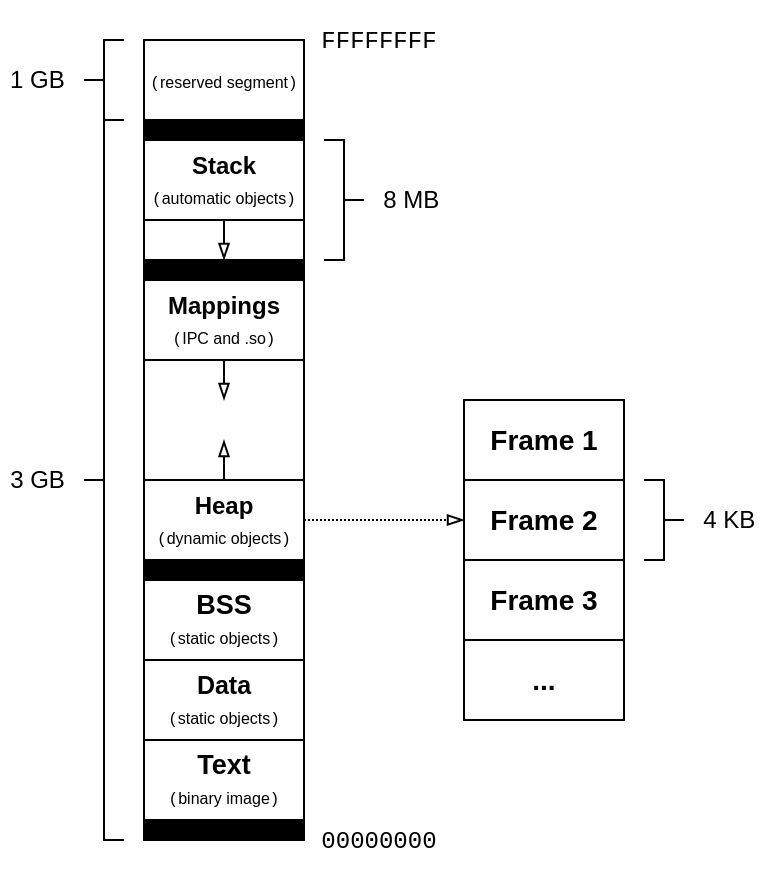
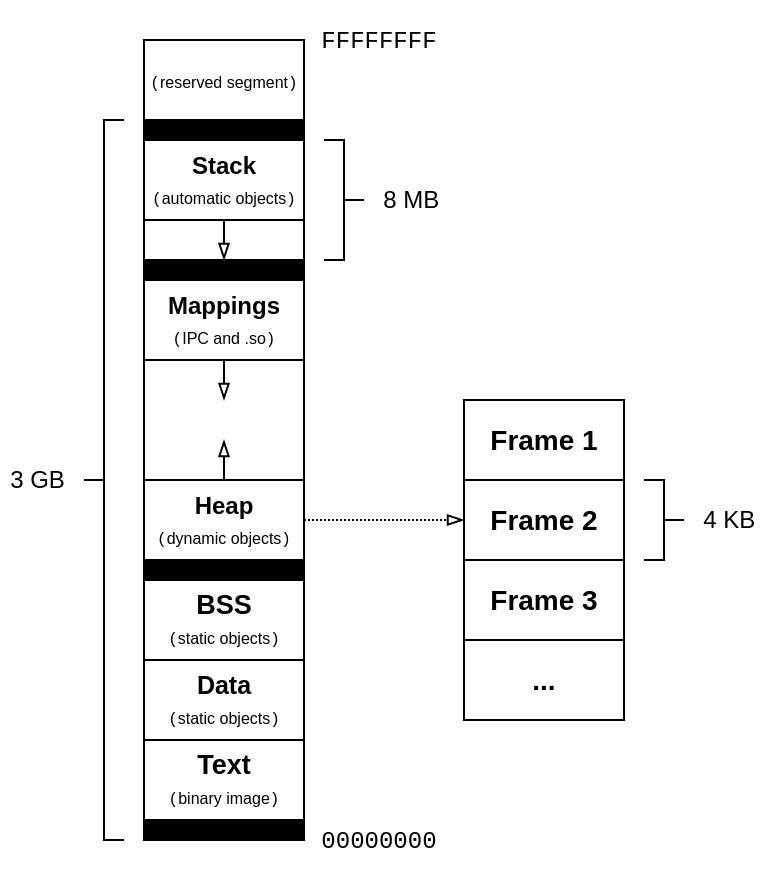
<mxfile host="app.diagrams.net" agent="Mozilla/5.0 (X11; Linux x86_64) AppleWebKit/537.36 (KHTML, like Gecko) Chrome/131.0.0.0 Safari/537.36">
  <diagram name="Страница — 1" id="VEveGzfzLPNnsSKiKBnb">
-     <mxGraphModel dx="770" dy="453" grid="1" gridSize="10" guides="0" tooltips="1" connect="1" arrows="1" fold="1" page="0" pageScale="1" pageWidth="827" pageHeight="1169" math="0" shadow="0">
+     <mxGraphModel dx="770" dy="453" grid="0" gridSize="10" guides="0" tooltips="1" connect="1" arrows="1" fold="1" page="0" pageScale="1" pageWidth="827" pageHeight="1169" math="0" shadow="0">
      <root>
        <mxCell id="0" />
        <mxCell id="1" parent="0" />
        <mxCell id="khdtYhaCzw99SLC-Dacm-15" parent="1" style="rounded=0;whiteSpace=wrap;html=1;strokeColor=none;fillColor=none;fontFamily=Helvetica;" value="&lt;b style=&quot;&quot;&gt;&lt;font&gt;Heap&lt;/font&gt;&lt;/b&gt;&lt;div&gt;&lt;font style=&quot;font-size: 8px;&quot;&gt;&lt;font face=&quot;Courier New&quot;&gt;(&lt;/font&gt;dynamic objects&lt;font face=&quot;Courier New&quot;&gt;)&lt;/font&gt;&lt;/font&gt;&lt;/div&gt;" vertex="1">
          <mxGeometry height="40" width="80" x="360" y="370" as="geometry" />
        </mxCell>
        <mxCell id="khdtYhaCzw99SLC-Dacm-1" parent="1" style="rounded=0;whiteSpace=wrap;html=1;fillColor=none;fontFamily=Helvetica;" value="&lt;font style=&quot;&quot;&gt;&lt;font style=&quot;font-size: 8px;&quot;&gt;&lt;font face=&quot;Courier New&quot;&gt;(&lt;/font&gt;reserved segment&lt;font face=&quot;Courier New&quot;&gt;)&lt;/font&gt;&lt;/font&gt;&lt;/font&gt;" vertex="1">
          <mxGeometry height="40" width="80" x="360" y="150" as="geometry" />
        </mxCell>
        <mxCell id="khdtYhaCzw99SLC-Dacm-3" parent="1" style="rounded=0;whiteSpace=wrap;html=1;strokeColor=none;fillColor=none;fontFamily=Helvetica;" value="&lt;b style=&quot;&quot;&gt;&lt;font&gt;Stack&lt;/font&gt;&lt;/b&gt;&lt;div&gt;&lt;font style=&quot;font-size: 8px;&quot;&gt;&lt;font face=&quot;Courier New&quot;&gt;(&lt;/font&gt;automatic objects&lt;font face=&quot;Courier New&quot;&gt;)&lt;/font&gt;&lt;/font&gt;&lt;/div&gt;" vertex="1">
          <mxGeometry height="40" width="80" x="360" y="200" as="geometry" />
        </mxCell>
        <mxCell id="khdtYhaCzw99SLC-Dacm-34" edge="1" parent="1" style="endArrow=none;html=1;strokeWidth=1;rounded=0;exitX=0;exitY=1;exitDx=0;exitDy=0;fontFamily=Helvetica;" value="">
          <mxGeometry height="50" relative="1" width="50" as="geometry">
            <mxPoint x="360" y="370" as="sourcePoint" />
            <mxPoint x="440" y="370" as="targetPoint" />
          </mxGeometry>
        </mxCell>
        <mxCell id="khdtYhaCzw99SLC-Dacm-42" parent="1" style="rounded=0;whiteSpace=wrap;html=1;strokeColor=default;fillColor=none;fontFamily=Helvetica;" value="&lt;b style=&quot;&quot;&gt;&lt;font style=&quot;font-size: 12.5px;&quot;&gt;Data&lt;/font&gt;&lt;/b&gt;&lt;div&gt;&lt;font style=&quot;font-size: 8px;&quot;&gt;&lt;font face=&quot;Courier New&quot;&gt;(&lt;/font&gt;static objects&lt;font face=&quot;Courier New&quot;&gt;)&lt;/font&gt;&lt;/font&gt;&lt;/div&gt;" vertex="1">
          <mxGeometry height="40" width="80" x="360" y="460" as="geometry" />
        </mxCell>
        <mxCell id="khdtYhaCzw99SLC-Dacm-43" parent="1" style="rounded=0;whiteSpace=wrap;html=1;strokeColor=default;fillColor=none;fontFamily=Helvetica;" value="&lt;b style=&quot;&quot;&gt;&lt;font style=&quot;font-size: 13.5px;&quot;&gt;Text&lt;/font&gt;&lt;/b&gt;&lt;div&gt;&lt;font style=&quot;font-size: 8px;&quot;&gt;&lt;font face=&quot;Courier New&quot;&gt;(&lt;/font&gt;binary image&lt;font face=&quot;Courier New&quot;&gt;)&lt;/font&gt;&lt;/font&gt;&lt;/div&gt;" vertex="1">
          <mxGeometry height="40" width="80" x="360" y="500" as="geometry" />
        </mxCell>
        <mxCell id="khdtYhaCzw99SLC-Dacm-46" parent="1" style="text;html=1;strokeColor=none;fillColor=none;align=left;verticalAlign=middle;whiteSpace=wrap;rounded=0;fontFamily=Helvetica;" value="&lt;font&gt;&amp;nbsp; &lt;font face=&quot;Courier New&quot; style=&quot;&quot;&gt;00000000&lt;/font&gt;&lt;/font&gt;" vertex="1">
          <mxGeometry height="40" width="80" x="440" y="530" as="geometry" />
        </mxCell>
        <mxCell id="khdtYhaCzw99SLC-Dacm-49" parent="1" style="text;html=1;strokeColor=none;fillColor=none;align=right;verticalAlign=middle;whiteSpace=wrap;rounded=0;fontFamily=Helvetica;" value="&lt;font&gt;3 GB&lt;/font&gt;&lt;font style=&quot;font-size: 10px;&quot;&gt;&amp;nbsp;&amp;nbsp;&lt;/font&gt;" vertex="1">
          <mxGeometry height="20" width="40" x="288" y="360" as="geometry" />
        </mxCell>
        <mxCell id="khdtYhaCzw99SLC-Dacm-53" edge="1" parent="1" style="endArrow=none;html=1;rounded=0;entryX=0;entryY=1;entryDx=0;entryDy=0;fontFamily=Helvetica;" target="khdtYhaCzw99SLC-Dacm-1" value="">
          <mxGeometry height="50" relative="1" width="50" as="geometry">
            <mxPoint x="360" y="310" as="sourcePoint" />
            <mxPoint x="150" y="220" as="targetPoint" />
          </mxGeometry>
        </mxCell>
        <mxCell id="cbG0LDzf9TAqD4d8shDT-7" edge="1" parent="1" source="khdtYhaCzw99SLC-Dacm-15" style="endArrow=none;html=1;rounded=0;entryX=1;entryY=1;entryDx=0;entryDy=0;exitX=1;exitY=1;exitDx=0;exitDy=0;fontFamily=Helvetica;" target="khdtYhaCzw99SLC-Dacm-1" value="">
          <mxGeometry height="50" relative="1" width="50" as="geometry">
            <mxPoint x="439.9999999999999" y="390" as="sourcePoint" />
            <mxPoint x="580" y="310" as="targetPoint" />
          </mxGeometry>
        </mxCell>
        <mxCell id="cbG0LDzf9TAqD4d8shDT-26" edge="1" parent="1" source="khdtYhaCzw99SLC-Dacm-15" style="endArrow=none;html=1;rounded=0;exitX=0;exitY=1;exitDx=0;exitDy=0;fontFamily=Helvetica;" value="">
          <mxGeometry height="50" relative="1" width="50" as="geometry">
            <Array as="points" />
            <mxPoint x="359.9999999999999" y="390" as="sourcePoint" />
            <mxPoint x="360" y="310" as="targetPoint" />
          </mxGeometry>
        </mxCell>
        <mxCell id="cbG0LDzf9TAqD4d8shDT-45" parent="1" style="shape=curlyBracket;whiteSpace=wrap;html=1;rounded=0;flipH=1;labelPosition=right;verticalLabelPosition=middle;align=left;verticalAlign=middle;direction=west;fontFamily=Helvetica;" value="" vertex="1">
          <mxGeometry height="360" width="20" x="330" y="190" as="geometry" />
        </mxCell>
        <mxCell id="D9ZIIw_PFDN3URD8yPiD-1" parent="1" style="rounded=0;whiteSpace=wrap;html=1;strokeColor=default;fillColor=#000000;fontFamily=Helvetica;" value="" vertex="1">
          <mxGeometry height="10" width="80" x="360" y="540" as="geometry" />
        </mxCell>
-         <mxCell id="D9ZIIw_PFDN3URD8yPiD-2" parent="1" style="text;html=1;strokeColor=none;fillColor=none;align=right;verticalAlign=middle;whiteSpace=wrap;rounded=0;fontFamily=Helvetica;" value="&lt;font&gt;1 GB&amp;nbsp;&amp;nbsp;&lt;/font&gt;" vertex="1">
-           <mxGeometry height="20" width="40" x="289" y="160" as="geometry" />
-         </mxCell>
        <mxCell id="D9ZIIw_PFDN3URD8yPiD-3" parent="1" style="rounded=0;whiteSpace=wrap;html=1;strokeColor=default;fillColor=#000000;fontFamily=Helvetica;" value="" vertex="1">
          <mxGeometry height="10" width="80" x="360" y="410" as="geometry" />
        </mxCell>
        <mxCell id="D9ZIIw_PFDN3URD8yPiD-4" parent="1" style="rounded=0;whiteSpace=wrap;html=1;strokeColor=default;fillColor=none;fontFamily=Helvetica;" value="&lt;div&gt;&lt;b style=&quot;background-color: transparent; color: light-dark(rgb(0, 0, 0), rgb(255, 255, 255));&quot;&gt;&lt;font&gt;Mappings&lt;/font&gt;&lt;/b&gt;&lt;/div&gt;&lt;div&gt;&lt;span style=&quot;background-color: transparent; color: light-dark(rgb(0, 0, 0), rgb(255, 255, 255));&quot;&gt;&lt;font style=&quot;font-size: 8px;&quot;&gt;&lt;font face=&quot;Courier New&quot;&gt;(&lt;/font&gt;IPC and .so&lt;font face=&quot;Courier New&quot;&gt;)&lt;/font&gt;&lt;/font&gt;&lt;/span&gt;&lt;/div&gt;" vertex="1">
          <mxGeometry height="40" width="80" x="360" y="270" as="geometry" />
        </mxCell>
        <mxCell id="D9ZIIw_PFDN3URD8yPiD-5" parent="1" style="rounded=0;whiteSpace=wrap;html=1;strokeColor=default;fillColor=#000000;fontFamily=Helvetica;" value="" vertex="1">
          <mxGeometry height="10" width="80" x="360" y="260" as="geometry" />
        </mxCell>
        <mxCell id="D9ZIIw_PFDN3URD8yPiD-6" parent="1" style="shape=curlyBracket;whiteSpace=wrap;html=1;rounded=0;flipH=1;labelPosition=right;verticalLabelPosition=middle;align=left;verticalAlign=middle;direction=east;fontFamily=Helvetica;" value="" vertex="1">
          <mxGeometry height="60" width="20" x="450" y="200" as="geometry" />
        </mxCell>
        <mxCell id="D9ZIIw_PFDN3URD8yPiD-7" parent="1" style="text;html=1;strokeColor=none;fillColor=none;align=left;verticalAlign=middle;whiteSpace=wrap;rounded=0;fontFamily=Helvetica;" value="&lt;font&gt;&amp;nbsp; 8 MB&lt;/font&gt;" vertex="1">
          <mxGeometry height="20" width="40" x="471" y="220" as="geometry" />
        </mxCell>
        <mxCell id="D9ZIIw_PFDN3URD8yPiD-8" edge="1" parent="1" style="endArrow=none;html=1;rounded=0;fontFamily=Helvetica;entryX=1;entryY=1;entryDx=0;entryDy=0;" target="khdtYhaCzw99SLC-Dacm-3" value="">
          <mxGeometry height="50" relative="1" width="50" as="geometry">
            <mxPoint x="360" y="240" as="sourcePoint" />
            <mxPoint x="450" y="300" as="targetPoint" />
          </mxGeometry>
        </mxCell>
        <mxCell id="D9ZIIw_PFDN3URD8yPiD-9" parent="1" style="rounded=0;whiteSpace=wrap;html=1;strokeColor=default;fillColor=#000000;fontFamily=Helvetica;" value="" vertex="1">
          <mxGeometry height="10" width="80" x="360" y="190" as="geometry" />
-         </mxCell>
-         <mxCell id="D9ZIIw_PFDN3URD8yPiD-10" parent="1" style="shape=curlyBracket;whiteSpace=wrap;html=1;rounded=0;flipH=1;labelPosition=right;verticalLabelPosition=middle;align=left;verticalAlign=middle;direction=west;fontFamily=Helvetica;" value="" vertex="1">
-           <mxGeometry height="40" width="20" x="330" y="150" as="geometry" />
        </mxCell>
        <mxCell id="_WEbEVUjuKZXciAz7EJF-1" edge="1" parent="1" style="endArrow=blockThin;html=1;rounded=0;endFill=0;endSize=6;" value="">
          <mxGeometry height="50" relative="1" width="50" as="geometry">
            <mxPoint x="400" y="240" as="sourcePoint" />
            <mxPoint x="400" y="260" as="targetPoint" />
          </mxGeometry>
        </mxCell>
        <mxCell id="_WEbEVUjuKZXciAz7EJF-2" edge="1" parent="1" style="endArrow=blockThin;html=1;rounded=0;endFill=0;endSize=6;" value="">
          <mxGeometry height="50" relative="1" width="50" as="geometry">
            <mxPoint x="400" y="370" as="sourcePoint" />
            <mxPoint x="400" y="350" as="targetPoint" />
          </mxGeometry>
        </mxCell>
        <mxCell id="_WEbEVUjuKZXciAz7EJF-3" parent="1" style="rounded=0;whiteSpace=wrap;html=1;strokeColor=default;fillColor=none;fontFamily=Helvetica;" value="&lt;b style=&quot;&quot;&gt;&lt;font style=&quot;font-size: 13.5px;&quot;&gt;BSS&lt;/font&gt;&lt;/b&gt;&lt;div&gt;&lt;font style=&quot;font-size: 8px;&quot;&gt;&lt;font face=&quot;Courier New&quot;&gt;(&lt;/font&gt;static objects&lt;font face=&quot;Courier New&quot;&gt;)&lt;/font&gt;&lt;/font&gt;&lt;/div&gt;" vertex="1">
          <mxGeometry height="40" width="80" x="360" y="420" as="geometry" />
        </mxCell>
        <mxCell id="_WEbEVUjuKZXciAz7EJF-5" edge="1" parent="1" source="D9ZIIw_PFDN3URD8yPiD-4" style="endArrow=blockThin;html=1;rounded=0;endFill=0;endSize=6;exitX=0.5;exitY=1;exitDx=0;exitDy=0;" value="">
          <mxGeometry height="50" relative="1" width="50" as="geometry">
            <mxPoint x="520" y="360" as="sourcePoint" />
            <mxPoint x="400" y="330" as="targetPoint" />
          </mxGeometry>
        </mxCell>
        <mxCell id="_WEbEVUjuKZXciAz7EJF-16" parent="1" style="rounded=0;whiteSpace=wrap;html=1;fillColor=none;fontStyle=0;fontSize=14;" value="&lt;b&gt;Frame 3&lt;/b&gt;" vertex="1">
          <mxGeometry height="40" width="80" x="520" y="410" as="geometry" />
        </mxCell>
        <mxCell id="_WEbEVUjuKZXciAz7EJF-17" parent="1" style="rounded=0;whiteSpace=wrap;html=1;fillColor=none;fontStyle=0" value="&lt;span&gt;&lt;font style=&quot;font-size: 14px;&quot;&gt;&lt;b style=&quot;&quot;&gt;Frame 1&lt;/b&gt;&lt;/font&gt;&lt;/span&gt;" vertex="1">
          <mxGeometry height="40" width="80" x="520" y="330" as="geometry" />
        </mxCell>
        <mxCell id="_WEbEVUjuKZXciAz7EJF-18" parent="1" style="rounded=0;whiteSpace=wrap;html=1;fillColor=none;fontStyle=0;fontSize=12;" value="&lt;b&gt;&lt;font style=&quot;font-size: 14px;&quot;&gt;Frame 2&lt;/font&gt;&lt;/b&gt;" vertex="1">
          <mxGeometry height="40" width="80" x="520" y="370" as="geometry" />
        </mxCell>
        <mxCell id="_WEbEVUjuKZXciAz7EJF-22" parent="1" style="rounded=0;whiteSpace=wrap;html=1;fillColor=none;fontStyle=0;fontSize=14;" value="&lt;span&gt;&lt;font&gt;&lt;b&gt;...&lt;/b&gt;&lt;/font&gt;&lt;/span&gt;" vertex="1">
          <mxGeometry height="40" width="80" x="520" y="450" as="geometry" />
        </mxCell>
        <mxCell id="_WEbEVUjuKZXciAz7EJF-27" edge="1" parent="1" source="khdtYhaCzw99SLC-Dacm-15" style="endArrow=blockThin;html=1;rounded=0;endFill=0;endSize=6;dashed=1;dashPattern=1 1;exitX=1;exitY=0.5;exitDx=0;exitDy=0;entryX=0;entryY=0.5;entryDx=0;entryDy=0;startSize=6;" target="_WEbEVUjuKZXciAz7EJF-18" value="">
          <mxGeometry height="50" relative="1" width="50" as="geometry">
            <Array as="points" />
            <mxPoint x="560" y="390" as="sourcePoint" />
            <mxPoint x="640" y="340" as="targetPoint" />
          </mxGeometry>
        </mxCell>
        <mxCell id="t7QJlPCxjqazatDBCEHc-14" parent="1" style="shape=curlyBracket;whiteSpace=wrap;html=1;rounded=0;flipH=1;labelPosition=right;verticalLabelPosition=middle;align=left;verticalAlign=middle;direction=east;fontFamily=Helvetica;" value="" vertex="1">
          <mxGeometry height="40" width="20" x="610" y="370" as="geometry" />
        </mxCell>
        <mxCell id="t7QJlPCxjqazatDBCEHc-15" parent="1" style="text;html=1;strokeColor=none;fillColor=none;align=left;verticalAlign=middle;whiteSpace=wrap;rounded=0;fontFamily=Helvetica;" value="&lt;font&gt;&amp;nbsp; 4 KB&lt;/font&gt;" vertex="1">
          <mxGeometry height="20" width="40" x="631" y="380" as="geometry" />
        </mxCell>
        <mxCell id="0wHa761UojIN6rxzBSYe-1" parent="1" style="text;html=1;strokeColor=none;fillColor=none;align=left;verticalAlign=middle;whiteSpace=wrap;rounded=0;fontFamily=Helvetica;" value="&lt;font&gt;&amp;nbsp; &lt;font face=&quot;Courier New&quot; style=&quot;&quot;&gt;FFFFFFFF&lt;/font&gt;&lt;/font&gt;" vertex="1">
          <mxGeometry height="40" width="80" x="440" y="130" as="geometry" />
        </mxCell>
      </root>
    </mxGraphModel>
  </diagram>
</mxfile>
